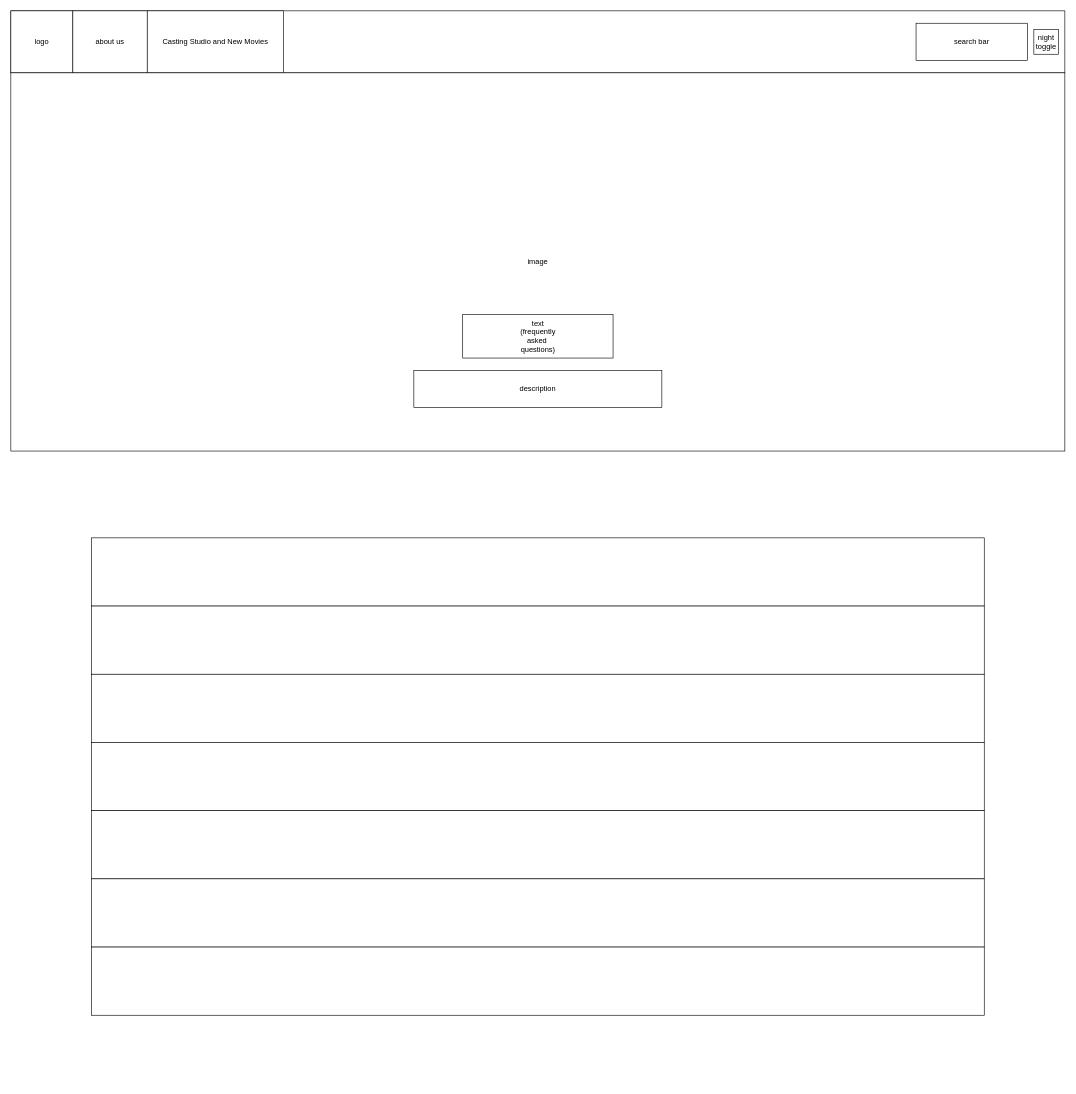
Above: src/SRC/src/sketch/mydesign.drawio in Omid2831/Movie-Haven (draw.io), before the change. Source tidied: cells renumbered, new cells numbered last; positions are measured from the earlier drawing's top-left corner, leaving out a move shared by most shapes. Both pictures are drawn from the tidied source at 62%, with x=0, y=0 at pixel (11, 11).
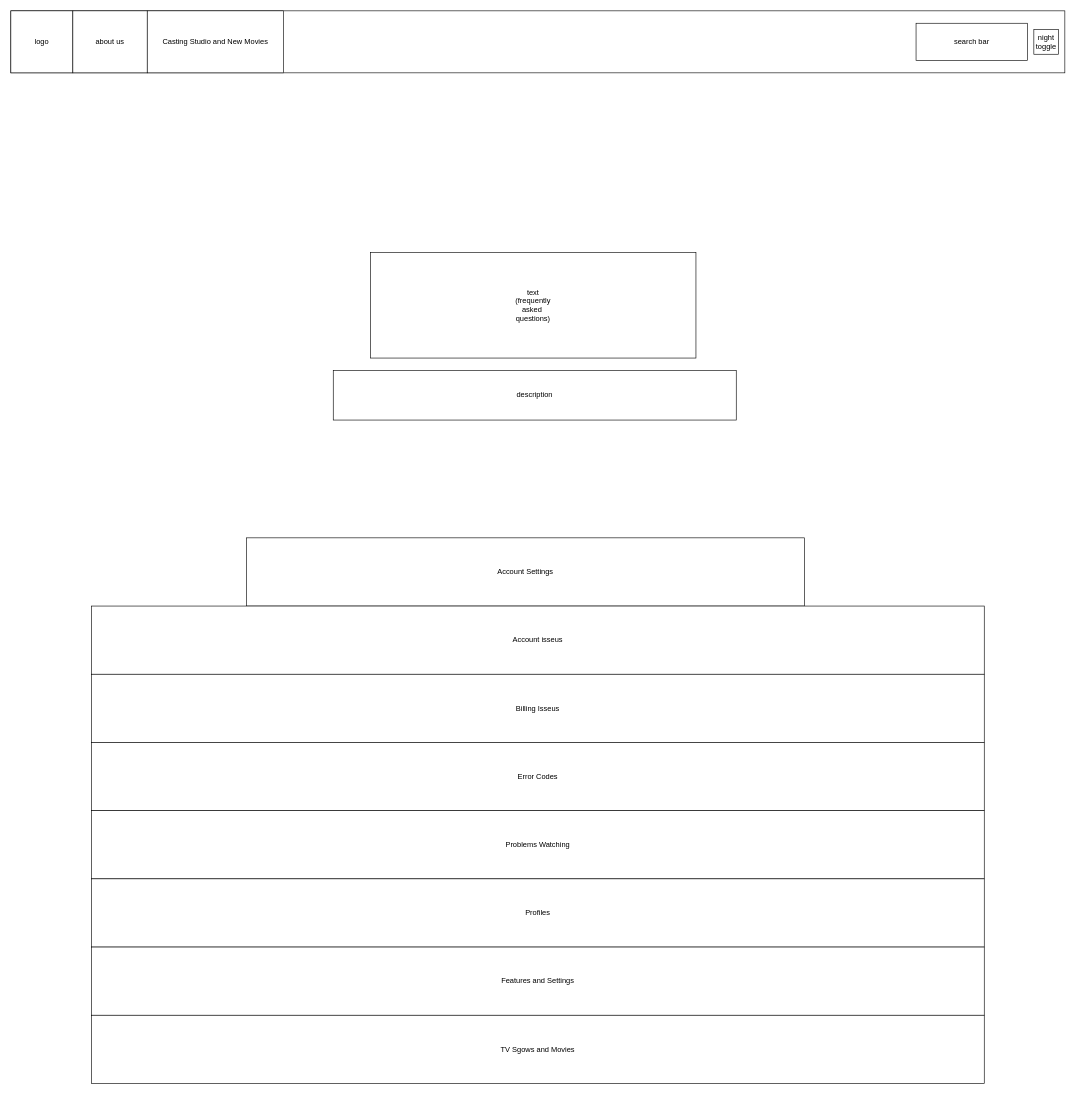
After the change.

The edit, as a diff of the source:
```diff
@@
 <mxGraphModel>
   <root>
     <mxCell id="0" />
     <mxCell id="1" parent="0" />
     <mxCell id="2" style="rounded=0;whiteSpace=wrap;html=1;" parent="1" vertex="1">
       <mxGeometry width="1700" height="100" as="geometry" />
     </mxCell>
     <mxCell id="3" value="logo" style="rounded=0;whiteSpace=wrap;html=1;" parent="1" vertex="1">
       <mxGeometry width="100" height="100" as="geometry" />
     </mxCell>
     <mxCell id="4" value="about us" style="rounded=0;whiteSpace=wrap;html=1;" parent="1" vertex="1">
       <mxGeometry x="100" width="120" height="100" as="geometry" />
     </mxCell>
     <mxCell id="5" value="Casting Studio and New Movies" style="rounded=0;whiteSpace=wrap;html=1;" parent="1" vertex="1">
       <mxGeometry x="220" width="220" height="100" as="geometry" />
     </mxCell>
     <mxCell id="6" value="night&lt;br&gt;toggle" style="rounded=0;whiteSpace=wrap;html=1;" parent="1" vertex="1">
       <mxGeometry x="1650" y="30" width="40" height="40" as="geometry" />
     </mxCell>
     <mxCell id="7" value="search bar" style="rounded=0;whiteSpace=wrap;html=1;" parent="1" vertex="1">
       <mxGeometry x="1460" y="20" width="180" height="60" as="geometry" />
     </mxCell>
-    <mxCell id="8" value="image" style="rounded=0;whiteSpace=wrap;html=1;" parent="1" vertex="1">
-      <mxGeometry y="100" width="1700" height="610" as="geometry" />
-    </mxCell>
     <mxCell id="9" value="description" style="rounded=0;whiteSpace=wrap;html=1;" parent="1" vertex="1">
-      <mxGeometry x="650" y="580" width="400" height="60" as="geometry" />
+      <mxGeometry x="520" y="580" width="650" height="80" as="geometry" />
     </mxCell>
     <mxCell id="10" value="text&lt;br&gt;(frequently&lt;br&gt;asked&amp;nbsp;&lt;br&gt;questions)" style="rounded=0;whiteSpace=wrap;html=1;" parent="1" vertex="1">
-      <mxGeometry x="728.8" y="490" width="242.5" height="70" as="geometry" />
+      <mxGeometry x="580" y="390" width="525" height="170" as="geometry" />
     </mxCell>
-    <mxCell id="11" style="rounded=0;whiteSpace=wrap;html=1;" parent="1" vertex="1">
-      <mxGeometry x="130" y="850" width="1440" height="110" as="geometry" />
+    <mxCell id="11" value="Account Settings" style="rounded=0;whiteSpace=wrap;html=1;" parent="1" vertex="1">
+      <mxGeometry x="380" y="850" width="900" height="110" as="geometry" />
     </mxCell>
-    <mxCell id="12" style="rounded=0;whiteSpace=wrap;html=1;" parent="1" vertex="1">
+    <mxCell id="12" value="Account isseus" style="rounded=0;whiteSpace=wrap;html=1;" parent="1" vertex="1">
       <mxGeometry x="130" y="960" width="1440" height="110" as="geometry" />
     </mxCell>
-    <mxCell id="13" style="rounded=0;whiteSpace=wrap;html=1;" parent="1" vertex="1">
+    <mxCell id="13" value="Billing Isseus" style="rounded=0;whiteSpace=wrap;html=1;" parent="1" vertex="1">
       <mxGeometry x="130" y="1070" width="1440" height="110" as="geometry" />
     </mxCell>
-    <mxCell id="14" style="rounded=0;whiteSpace=wrap;html=1;" parent="1" vertex="1">
+    <mxCell id="14" value="Error Codes" style="rounded=0;whiteSpace=wrap;html=1;" parent="1" vertex="1">
       <mxGeometry x="130" y="1180" width="1440" height="110" as="geometry" />
     </mxCell>
-    <mxCell id="15" style="rounded=0;whiteSpace=wrap;html=1;" parent="1" vertex="1">
+    <mxCell id="15" value="Problems Watching" style="rounded=0;whiteSpace=wrap;html=1;" parent="1" vertex="1">
       <mxGeometry x="130" y="1290" width="1440" height="110" as="geometry" />
     </mxCell>
-    <mxCell id="16" style="rounded=0;whiteSpace=wrap;html=1;" parent="1" vertex="1">
+    <mxCell id="16" value="Profiles" style="rounded=0;whiteSpace=wrap;html=1;" parent="1" vertex="1">
       <mxGeometry x="130" y="1400" width="1440" height="110" as="geometry" />
     </mxCell>
-    <mxCell id="17" style="rounded=0;whiteSpace=wrap;html=1;" parent="1" vertex="1">
+    <mxCell id="17" value="Features and Settings" style="rounded=0;whiteSpace=wrap;html=1;" parent="1" vertex="1">
       <mxGeometry x="130" y="1510" width="1440" height="110" as="geometry" />
     </mxCell>
+    <mxCell id="18" value="TV Sgows and Movies" style="rounded=0;whiteSpace=wrap;html=1;" parent="1" vertex="1">
+      <mxGeometry x="130" y="1620" width="1440" height="110" as="geometry" />
+    </mxCell>
   </root>
 </mxGraphModel>
```
